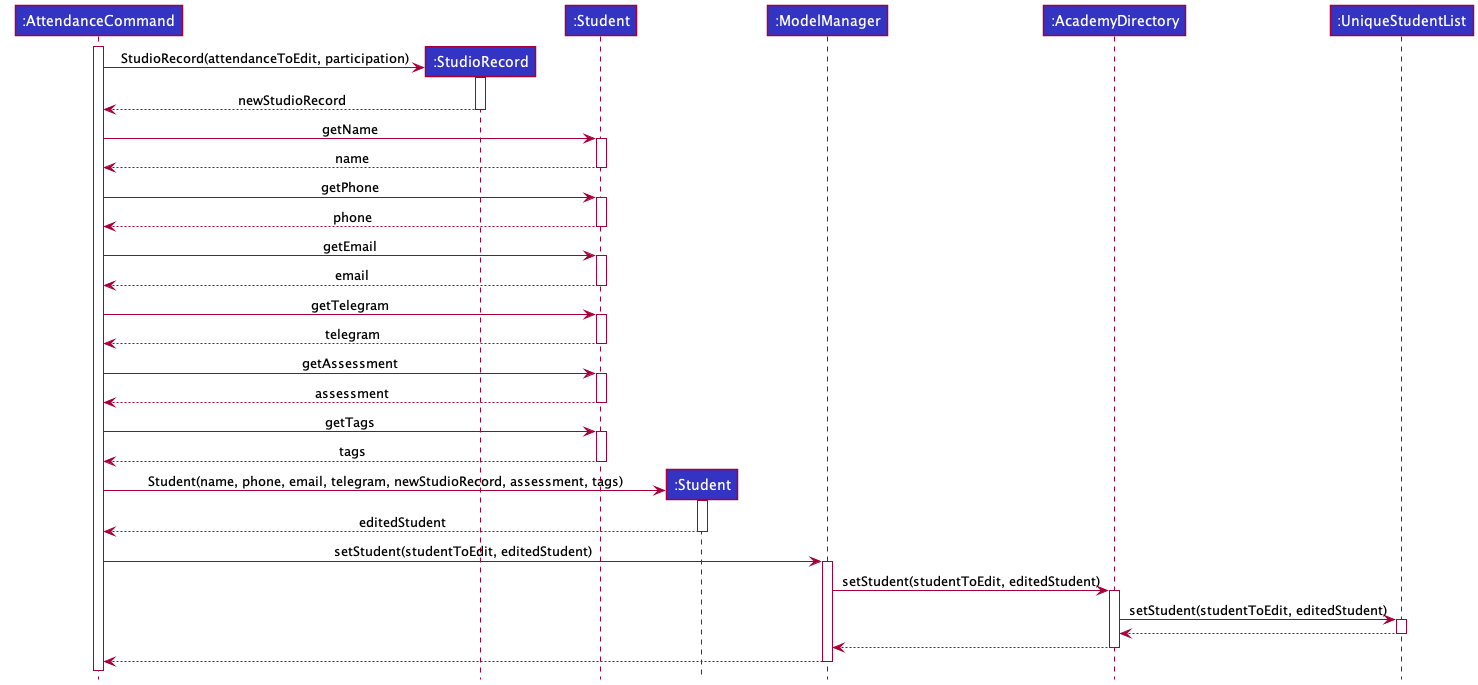
Before: docs/images/logic/commands/attendancecommand/UpdateModelAttendanceSequenceDiagram.png, a diagram exported from PlantUML (nus-cs2103-AY2122S1/tp). Its diagram source:
```plantuml
@startuml
!include ../../../style.puml

Participant ":AttendanceCommand" as ac LOGIC_COLOR
Participant ":StudioRecord" as sr LOGIC_COLOR
Participant ":Student" as st LOGIC_COLOR
Participant ":Student" as est LOGIC_COLOR
Participant ":ModelManager" as mm LOGIC_COLOR
Participant ":AcademyDirectory" as ad LOGIC_COLOR
Participant ":UniqueStudentList" as usl LOGIC_COLOR

activate ac
create sr
ac -> sr ++ : StudioRecord(attendanceToEdit, participation)
sr --> ac -- : newStudioRecord
ac -> st ++ : getName
st --> ac -- : name
ac -> st ++ : getPhone
st --> ac -- : phone
ac -> st ++ : getEmail
st --> ac -- : email
ac -> st ++ : getTelegram
st --> ac -- : telegram
ac -> st ++ : getAssessment
st --> ac -- : assessment
ac -> st ++ : getTags
st --> ac -- : tags

create est
ac -> est ++ :  Student(name, phone, email, telegram, newStudioRecord, assessment, tags)
est --> ac -- : editedStudent

ac -> mm ++ : setStudent(studentToEdit, editedStudent)
mm -> ad ++ : setStudent(studentToEdit, editedStudent)
ad -> usl ++ : setStudent(studentToEdit, editedStudent)
usl --> ad --
ad --> mm --
mm --> ac --

@enduml
```
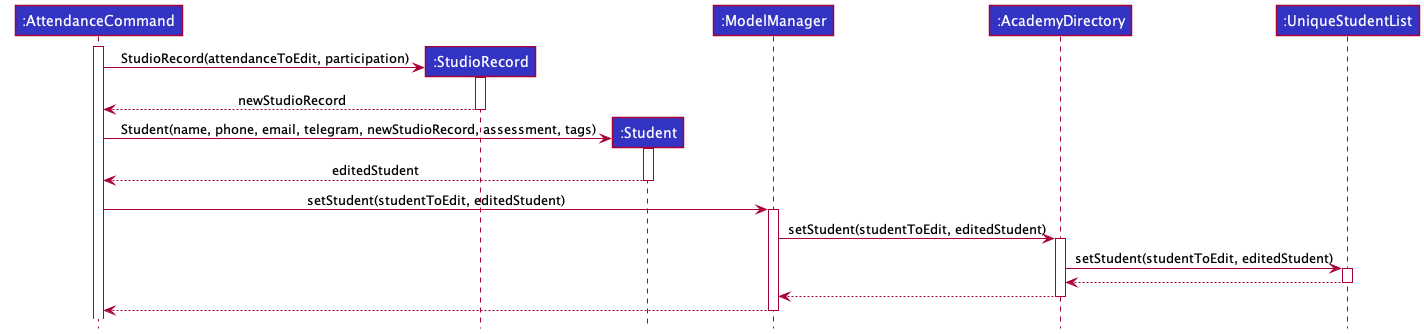
Above is the later version.

The edit, as a diff of the source:
```diff
@@ -3,7 +3,6 @@
 
 Participant ":AttendanceCommand" as ac LOGIC_COLOR
 Participant ":StudioRecord" as sr LOGIC_COLOR
-Participant ":Student" as st LOGIC_COLOR
 Participant ":Student" as est LOGIC_COLOR
 Participant ":ModelManager" as mm LOGIC_COLOR
 Participant ":AcademyDirectory" as ad LOGIC_COLOR
@@ -13,18 +12,7 @@
 create sr
 ac -> sr ++ : StudioRecord(attendanceToEdit, participation)
 sr --> ac -- : newStudioRecord
-ac -> st ++ : getName
-st --> ac -- : name
-ac -> st ++ : getPhone
-st --> ac -- : phone
-ac -> st ++ : getEmail
-st --> ac -- : email
-ac -> st ++ : getTelegram
-st --> ac -- : telegram
-ac -> st ++ : getAssessment
-st --> ac -- : assessment
-ac -> st ++ : getTags
-st --> ac -- : tags
+
 
 create est
 ac -> est ++ :  Student(name, phone, email, telegram, newStudioRecord, assessment, tags)
```
